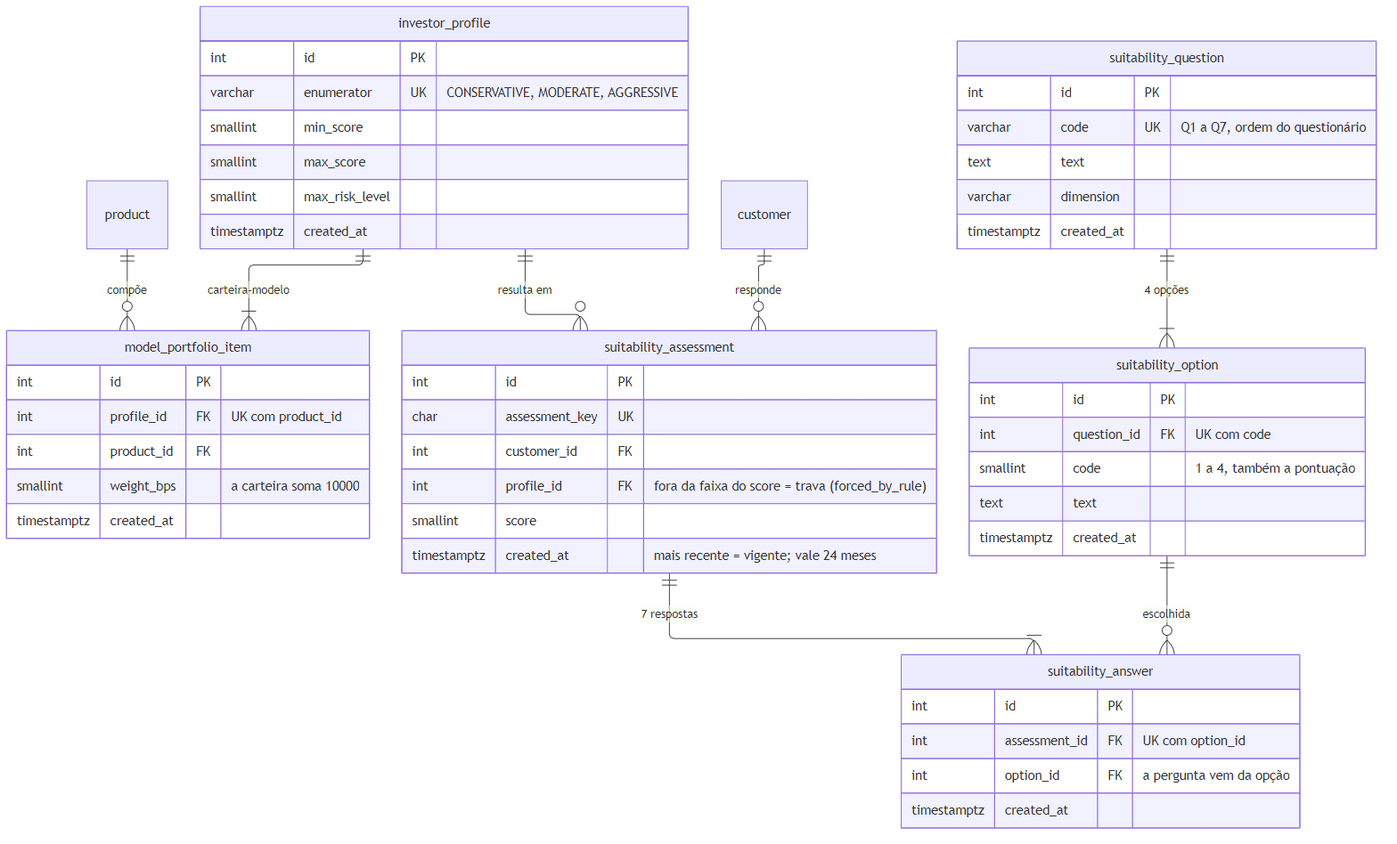
This is docs/diagramas/er-perfil-e-carteira.png from heluylucas/bootcamp-qi-tech-presidas-, a Mermaid export, as it was before one commit. Its source is kept beside it as docs/diagramas/er-perfil-e-carteira.mmd.
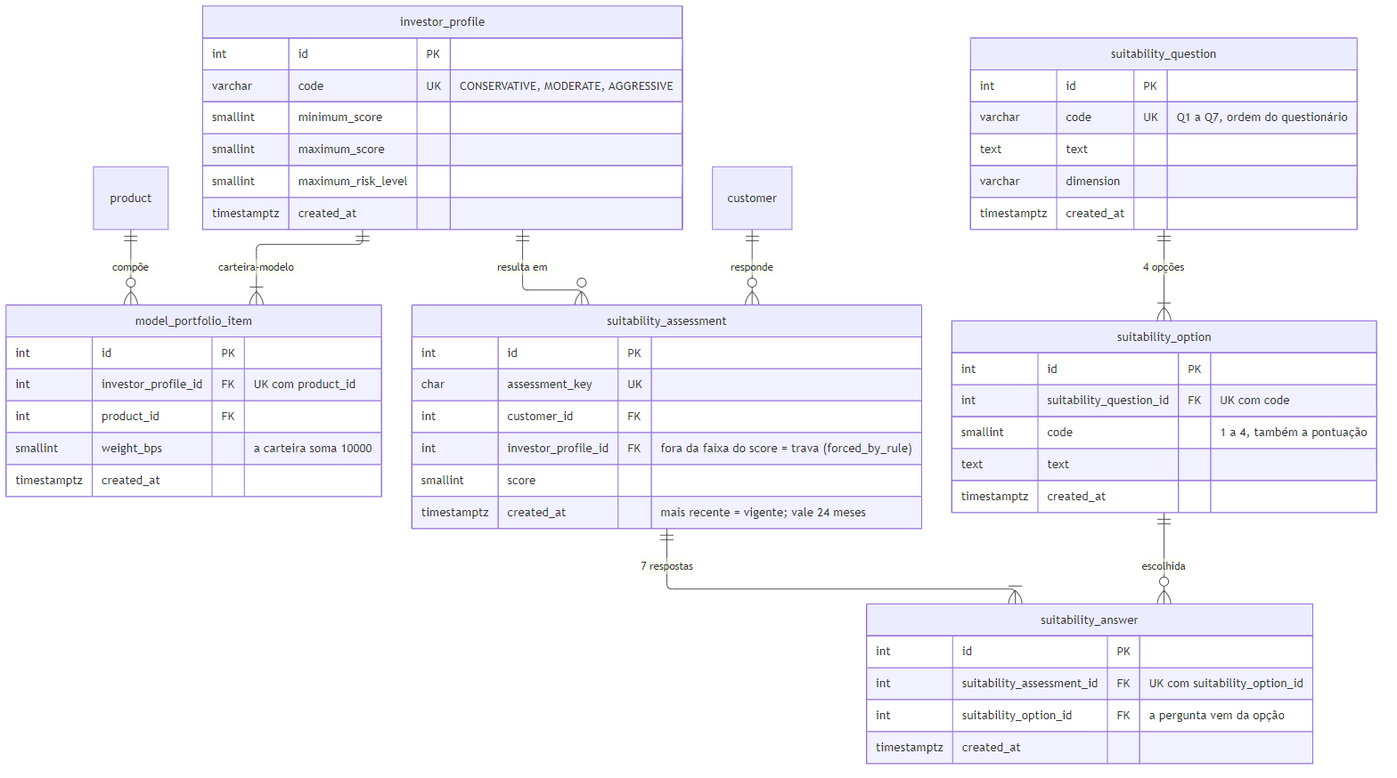
After the commit.

The edit, as a diff of the source:
```diff
@@ -23,36 +23,36 @@
     }
     suitability_option {
         int id PK
-        int question_id FK "UK com code"
+        int suitability_question_id FK "UK com code"
         smallint code "1 a 4, também a pontuação"
         text text
         timestamptz created_at
     }
     investor_profile {
         int id PK
-        varchar enumerator UK "CONSERVATIVE, MODERATE, AGGRESSIVE"
-        smallint min_score
-        smallint max_score
-        smallint max_risk_level
+        varchar code UK "CONSERVATIVE, MODERATE, AGGRESSIVE"
+        smallint minimum_score
+        smallint maximum_score
+        smallint maximum_risk_level
         timestamptz created_at
     }
     suitability_assessment {
         int id PK
         char assessment_key UK
         int customer_id FK
-        int profile_id FK "fora da faixa do score = trava (forced_by_rule)"
+        int investor_profile_id FK "fora da faixa do score = trava (forced_by_rule)"
         smallint score
         timestamptz created_at "mais recente = vigente; vale 24 meses"
     }
     suitability_answer {
         int id PK
-        int assessment_id FK "UK com option_id"
-        int option_id FK "a pergunta vem da opção"
+        int suitability_assessment_id FK "UK com suitability_option_id"
+        int suitability_option_id FK "a pergunta vem da opção"
         timestamptz created_at
     }
     model_portfolio_item {
         int id PK
-        int profile_id FK "UK com product_id"
+        int investor_profile_id FK "UK com product_id"
         int product_id FK
         smallint weight_bps "a carteira soma 10000"
         timestamptz created_at
```
